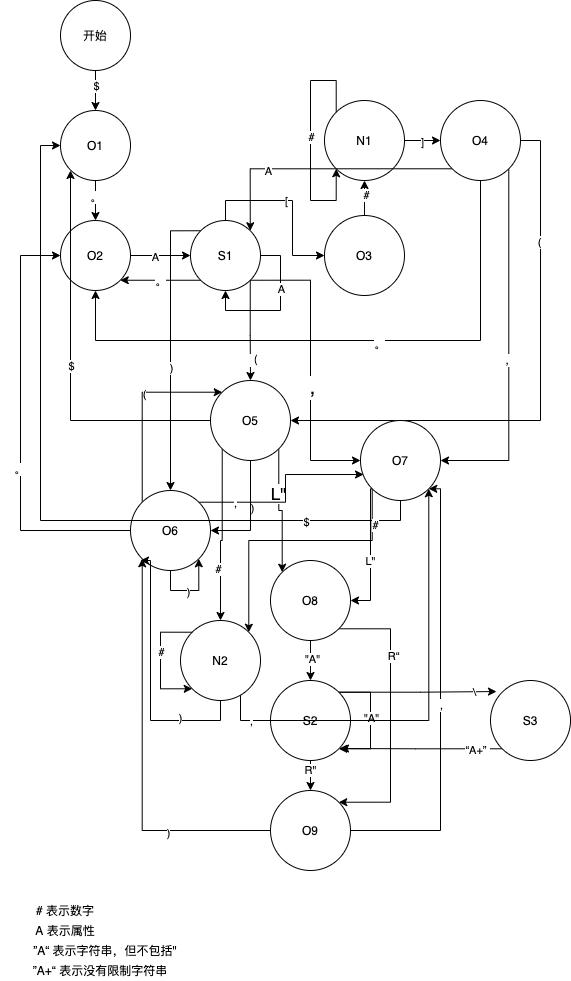
Lydanne/ctxexp-parser keeps this draw.io diagram as status.png. Above is the earlier version. Source tidied: cells renumbered, new cells last; positions are measured from the earlier drawing's top-left corner, leaving out a move shared by most shapes.
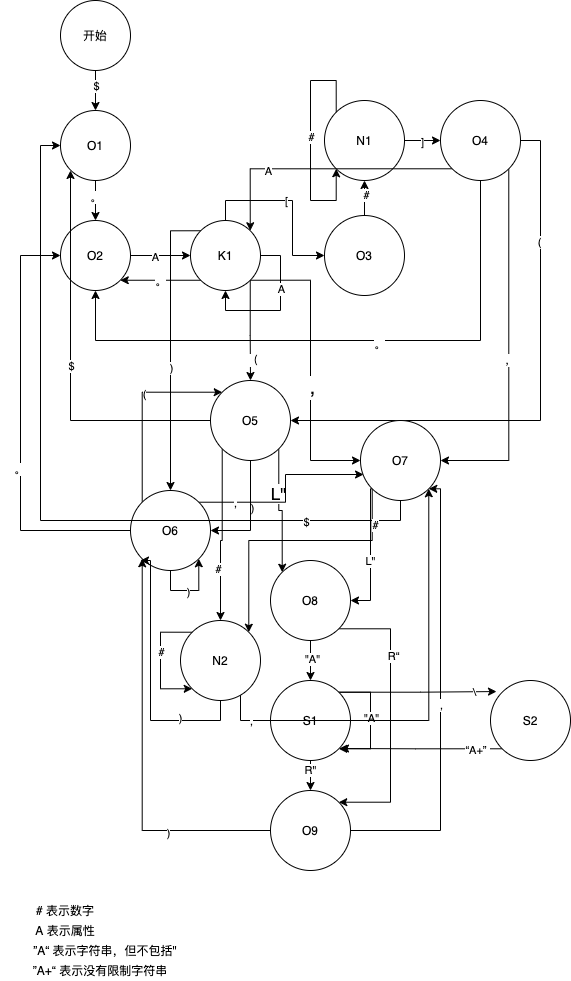
The same diagram one commit later.

Change to the diagram source:
```diff
@@ -77,7 +77,7 @@
     <mxCell id="24" value="&lt;font style=&quot;font-size: 20px&quot;&gt;,&lt;/font&gt;" style="edgeLabel;html=1;align=center;verticalAlign=middle;" parent="22" vertex="1">
       <mxGeometry x="0.15" y="1" relative="1" as="geometry" />
     </mxCell>
-    <mxCell id="25" value="S1" style="ellipse;whiteSpace=wrap;html=1;" parent="1" vertex="1">
+    <mxCell id="25" value="K1" style="ellipse;whiteSpace=wrap;html=1;" parent="1" vertex="1">
       <mxGeometry x="190" y="220" width="70" height="70" as="geometry" />
     </mxCell>
     <mxCell id="26" style="edgeStyle=orthogonalEdgeStyle;rounded=0;jettySize=auto;html=1;exitX=0.5;exitY=0;exitDx=0;exitDy=0;" parent="1" edge="1" source="28" target="31">
@@ -290,7 +290,7 @@
     <mxCell id="78" value="\" style="edgeLabel;html=1;align=center;verticalAlign=middle;" parent="77" vertex="1">
       <mxGeometry x="0.72" relative="1" as="geometry" />
     </mxCell>
-    <mxCell id="79" value="S2" style="ellipse;whiteSpace=wrap;html=1;" parent="1" vertex="1">
+    <mxCell id="79" value="S1" style="ellipse;whiteSpace=wrap;html=1;" parent="1" vertex="1">
       <mxGeometry x="270" y="680" width="80" height="80" as="geometry" />
     </mxCell>
     <mxCell id="80" style="edgeStyle=orthogonalEdgeStyle;rounded=0;jettySize=auto;html=1;exitX=1;exitY=0.5;exitDx=0;exitDy=0;entryX=1;entryY=1;entryDx=0;entryDy=0;" parent="1" edge="1" source="84" target="65">
@@ -364,7 +364,7 @@
         <mxPoint x="-1" as="offset" />
       </mxGeometry>
     </mxCell>
-    <mxCell id="94" value="S3" style="ellipse;whiteSpace=wrap;html=1;" parent="1" vertex="1">
+    <mxCell id="94" value="S2" style="ellipse;whiteSpace=wrap;html=1;" parent="1" vertex="1">
       <mxGeometry x="490" y="680" width="80" height="80" as="geometry" />
     </mxCell>
     <mxCell id="95" value="# 表示数字" style="text;html=1;strokeColor=none;fillColor=none;align=center;verticalAlign=middle;whiteSpace=wrap;rounded=0;" parent="1" vertex="1">
```
